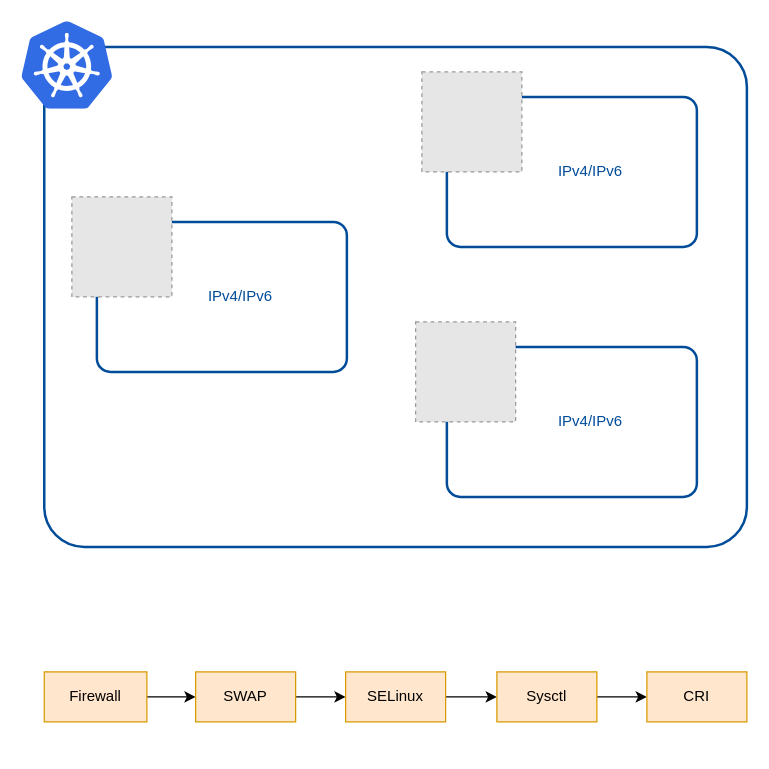
Above: page "第 3 页" (3 of 4) of st/k8s.drawio in gaivin/drawio (draw.io), before the change. Source tidied: cells renumbered, new cells numbered last; positions are measured from the earlier drawing's top-left corner, leaving out a move shared by most shapes. Both pictures are drawn from the tidied source at 125%, with x=0, y=0 at pixel (21, 21). Pictures stored in the file or linked from it are replaced by grey dashed boxes.
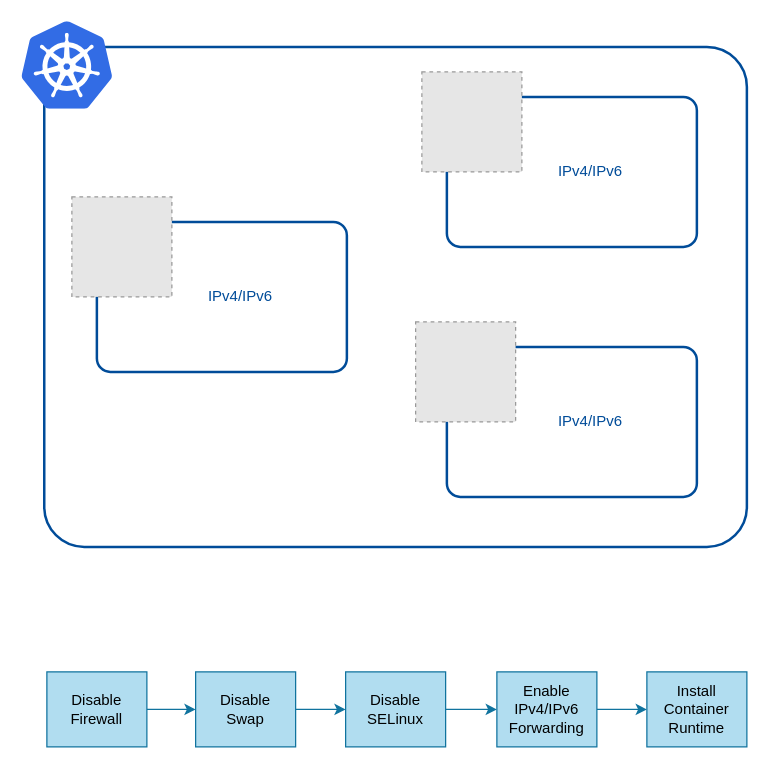
The same page after the edit.

Diff of the diagram source:
```diff
@@
 <mxGraphModel>
   <root>
     <mxCell id="0" />
     <mxCell id="1" parent="0" />
     <mxCell id="2" style="rounded=1;whiteSpace=wrap;html=1;fillStyle=auto;strokeWidth=2;fillColor=none;arcSize=8;strokeColor=#004C99;" parent="1" vertex="1">
       <mxGeometry x="17.9" y="20" width="562.1" height="400" as="geometry" />
     </mxCell>
     <mxCell id="3" value="&amp;nbsp; &amp;nbsp; &amp;nbsp; &amp;nbsp; &amp;nbsp;IPv4/IPv6" style="rounded=1;whiteSpace=wrap;html=1;fillStyle=auto;strokeColor=#004C99;strokeWidth=2;fontColor=#004C99;fillColor=none;arcSize=9;" parent="1" vertex="1">
       <mxGeometry x="340" y="60" width="200" height="120" as="geometry" />
     </mxCell>
     <mxCell id="4" style="fillColor=#E6E6E6;strokeColor=#999999;dashed=1;verticalLabelPosition=bottom;verticalAlign=top;fontColor=#004C99;" parent="1" vertex="1">
       <mxGeometry x="320" y="40" width="80" height="80" as="geometry" />
     </mxCell>
     <mxCell id="5" value="&amp;nbsp; &amp;nbsp; &amp;nbsp; &amp;nbsp; &amp;nbsp;IPv4/IPv6" style="rounded=1;whiteSpace=wrap;html=1;fillStyle=auto;strokeColor=#004C99;strokeWidth=2;fontColor=#004C99;fillColor=none;arcSize=9;" parent="1" vertex="1">
       <mxGeometry x="340" y="260" width="200" height="120" as="geometry" />
     </mxCell>
     <mxCell id="6" style="fillColor=#E6E6E6;strokeColor=#999999;dashed=1;verticalLabelPosition=bottom;verticalAlign=top;fontColor=#004C99;" parent="1" vertex="1">
       <mxGeometry x="315" y="240" width="80" height="80" as="geometry" />
     </mxCell>
     <mxCell id="7" value="&amp;nbsp; &amp;nbsp; &amp;nbsp; &amp;nbsp; &amp;nbsp;IPv4/IPv6" style="rounded=1;whiteSpace=wrap;html=1;fillStyle=auto;strokeColor=#004C99;strokeWidth=2;fontColor=#004C99;fillColor=none;arcSize=9;" parent="1" vertex="1">
       <mxGeometry x="60" y="160" width="200" height="120" as="geometry" />
     </mxCell>
     <mxCell id="8" style="fillColor=#E6E6E6;strokeColor=#999999;dashed=1;verticalLabelPosition=bottom;verticalAlign=top;fontColor=#004C99;" parent="1" vertex="1">
       <mxGeometry x="40" y="140" width="80" height="80" as="geometry" />
     </mxCell>
     <mxCell id="9" style="sketch=0;html=1;align=center;image;fontSize=12;image=img/lib/mscae/Kubernetes.svg;" parent="1" vertex="1">
       <mxGeometry width="72.9" height="70" as="geometry" />
     </mxCell>
-    <mxCell id="10" style="edgeStyle=orthogonalEdgeStyle;rounded=0;jettySize=auto;html=1;" parent="1" edge="1" source="11" target="13">
+    <mxCell id="10" style="edgeStyle=orthogonalEdgeStyle;rounded=0;jettySize=auto;html=1;fillColor=#b1ddf0;strokeColor=#10739e;" parent="1" edge="1" source="11" target="13">
       <mxGeometry relative="1" as="geometry" />
     </mxCell>
-    <mxCell id="11" value="Firewall" style="rounded=0;whiteSpace=wrap;html=1;fillColor=#ffe6cc;strokeColor=#d79b00;" parent="1" vertex="1">
-      <mxGeometry x="17.9" y="520" width="82.1" height="40" as="geometry" />
+    <mxCell id="11" value="Disable Firewall" style="rounded=0;whiteSpace=wrap;html=1;fillColor=#b1ddf0;strokeColor=#10739e;" parent="1" vertex="1">
+      <mxGeometry x="20" y="520" width="80" height="60" as="geometry" />
     </mxCell>
-    <mxCell id="12" style="edgeStyle=orthogonalEdgeStyle;rounded=0;jettySize=auto;html=1;" parent="1" edge="1" source="13" target="15">
+    <mxCell id="12" style="edgeStyle=orthogonalEdgeStyle;rounded=0;jettySize=auto;html=1;fillColor=#b1ddf0;strokeColor=#10739e;" parent="1" edge="1" source="13" target="15">
       <mxGeometry relative="1" as="geometry" />
     </mxCell>
-    <mxCell id="13" value="SWAP" style="rounded=0;whiteSpace=wrap;html=1;fillColor=#ffe6cc;strokeColor=#d79b00;" parent="1" vertex="1">
-      <mxGeometry x="139" y="520" width="80" height="40" as="geometry" />
+    <mxCell id="13" value="Disable&lt;br&gt;Swap" style="rounded=0;whiteSpace=wrap;html=1;fillColor=#b1ddf0;strokeColor=#10739e;" parent="1" vertex="1">
+      <mxGeometry x="139" y="520" width="80" height="60" as="geometry" />
     </mxCell>
-    <mxCell id="14" style="edgeStyle=orthogonalEdgeStyle;rounded=0;jettySize=auto;html=1;" parent="1" edge="1" source="15" target="17">
+    <mxCell id="14" style="edgeStyle=orthogonalEdgeStyle;rounded=0;jettySize=auto;html=1;fillColor=#b1ddf0;strokeColor=#10739e;" parent="1" edge="1" source="15" target="17">
       <mxGeometry relative="1" as="geometry" />
     </mxCell>
-    <mxCell id="15" value="SELinux" style="rounded=0;whiteSpace=wrap;html=1;fillColor=#ffe6cc;strokeColor=#d79b00;" parent="1" vertex="1">
-      <mxGeometry x="259" y="520" width="80" height="40" as="geometry" />
+    <mxCell id="15" value="Disable&lt;br&gt;SELinux" style="rounded=0;whiteSpace=wrap;html=1;fillColor=#b1ddf0;strokeColor=#10739e;" parent="1" vertex="1">
+      <mxGeometry x="259" y="520" width="80" height="60" as="geometry" />
     </mxCell>
-    <mxCell id="16" style="edgeStyle=orthogonalEdgeStyle;rounded=0;jettySize=auto;html=1;" parent="1" edge="1" source="17" target="18">
+    <mxCell id="16" style="edgeStyle=orthogonalEdgeStyle;rounded=0;jettySize=auto;html=1;fillColor=#b1ddf0;strokeColor=#10739e;" parent="1" edge="1" source="17" target="18">
       <mxGeometry relative="1" as="geometry" />
     </mxCell>
-    <mxCell id="17" value="Sysctl" style="rounded=0;whiteSpace=wrap;html=1;fillColor=#ffe6cc;strokeColor=#d79b00;" parent="1" vertex="1">
-      <mxGeometry x="380" y="520" width="80" height="40" as="geometry" />
+    <mxCell id="17" value="Enable&lt;br&gt;IPv4/IPv6&lt;br&gt;Forwarding" style="rounded=0;whiteSpace=wrap;html=1;fillColor=#b1ddf0;strokeColor=#10739e;" parent="1" vertex="1">
+      <mxGeometry x="380" y="520" width="80" height="60" as="geometry" />
     </mxCell>
-    <mxCell id="18" value="CRI" style="rounded=0;whiteSpace=wrap;html=1;fillColor=#ffe6cc;strokeColor=#d79b00;" parent="1" vertex="1">
-      <mxGeometry x="500" y="520" width="80" height="40" as="geometry" />
+    <mxCell id="18" value="Install&lt;br&gt;Container&lt;br&gt;Runtime" style="rounded=0;whiteSpace=wrap;html=1;fillColor=#b1ddf0;strokeColor=#10739e;" parent="1" vertex="1">
+      <mxGeometry x="500" y="520" width="80" height="60" as="geometry" />
     </mxCell>
   </root>
 </mxGraphModel>
```
